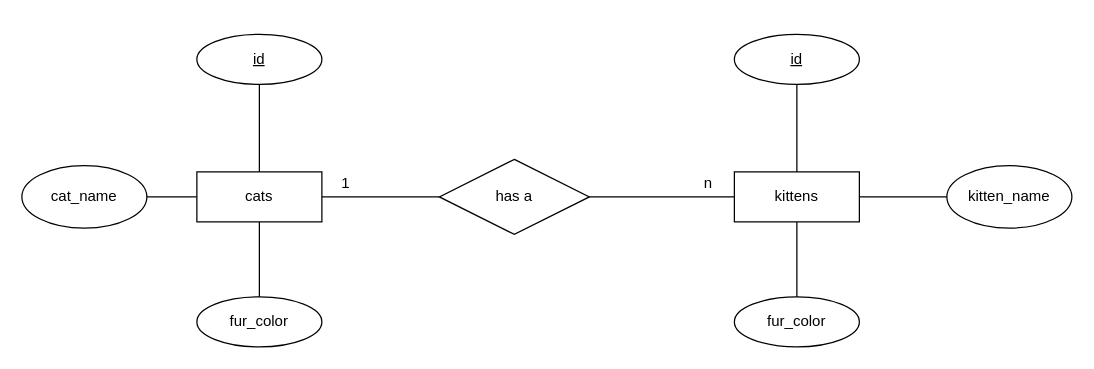
Before: kardinalitaet_1_n/01_1-n.drawio in jy4education-gif/02_DB_Models, a draw.io diagram. Source tidied: cells renumbered, new cells numbered last; positions are measured from the earlier drawing's top-left corner, leaving out a move shared by most shapes. Both pictures are drawn from the tidied source at 125%, with x=0, y=0 at pixel (21, 34).
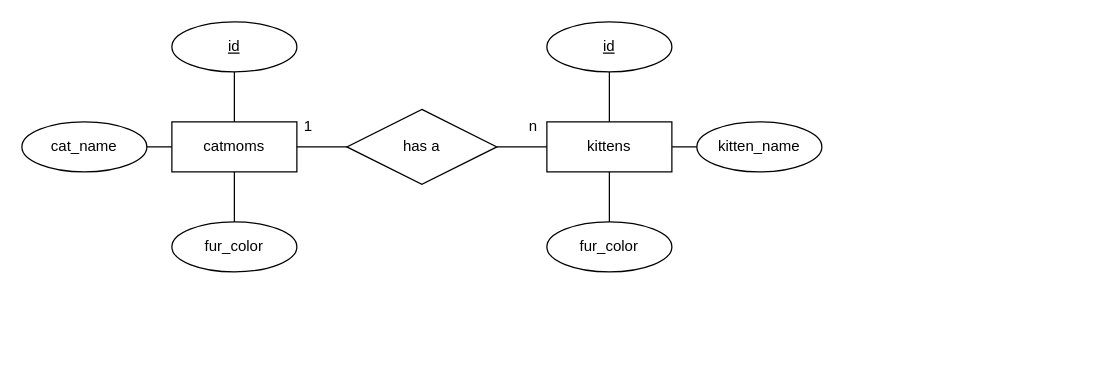
After the change.

The edit, as a diff of the source:
```diff
@@
-    <mxCell id="2" value="cats" style="whiteSpace=wrap;html=1;align=center;" parent="1" vertex="1">
-      <mxGeometry x="140" y="110" width="100" height="40" as="geometry" />
+    <mxCell id="2" value="catmoms" style="whiteSpace=wrap;html=1;align=center;" parent="1" vertex="1">
+      <mxGeometry x="120" y="70" width="100" height="40" as="geometry" />
     </mxCell>
-    <mxCell id="3" value="id" style="ellipse;whiteSpace=wrap;html=1;align=center;fontStyle=4;" parent="1" vertex="1">
-      <mxGeometry x="140" width="100" height="40" as="geometry" />
+    <mxCell id="3" value="cat_name" style="ellipse;whiteSpace=wrap;html=1;align=center;" parent="1" vertex="1">
+      <mxGeometry y="70" width="100" height="40" as="geometry" />
     </mxCell>
-    <mxCell id="4" value="cat_name" style="ellipse;whiteSpace=wrap;html=1;align=center;" parent="1" vertex="1">
-      <mxGeometry y="105" width="100" height="50" as="geometry" />
+    <mxCell id="4" value="fur_color" style="ellipse;whiteSpace=wrap;html=1;align=center;" parent="1" vertex="1">
+      <mxGeometry x="120" y="150" width="100" height="40" as="geometry" />
     </mxCell>
-    <mxCell id="5" value="fur_color" style="ellipse;whiteSpace=wrap;html=1;align=center;" parent="1" vertex="1">
-      <mxGeometry x="140" y="210" width="100" height="40" as="geometry" />
+    <mxCell id="5" value="id" style="ellipse;whiteSpace=wrap;html=1;align=center;fontStyle=4;" parent="1" vertex="1">
+      <mxGeometry x="120" y="-10" width="100" height="40" as="geometry" />
     </mxCell>
-    <mxCell id="6" style="endArrow=none;html=1;rounded=0;exitX=0.5;exitY=1;exitDx=0;exitDy=0;entryX=0.5;entryY=0;entryDx=0;entryDy=0;" parent="1" edge="1" source="2" target="5">
-      <mxGeometry relative="1" as="geometry" />
+    <mxCell id="6" style="endArrow=none;html=1;rounded=0;entryX=1;entryY=0.5;entryDx=0;entryDy=0;" parent="1" edge="1" target="3">
+      <mxGeometry relative="1" as="geometry">
+        <mxPoint x="120" y="90" as="sourcePoint" />
+      </mxGeometry>
     </mxCell>
-    <mxCell id="7" style="endArrow=none;html=1;rounded=0;exitX=0.5;exitY=1;exitDx=0;exitDy=0;entryX=0.5;entryY=0;entryDx=0;entryDy=0;" parent="1" edge="1" source="3" target="2">
+    <mxCell id="7" style="endArrow=none;html=1;rounded=0;exitX=0.5;exitY=1;exitDx=0;exitDy=0;entryX=0.5;entryY=0;entryDx=0;entryDy=0;" parent="1" edge="1" source="2" target="4">
       <mxGeometry relative="1" as="geometry" />
     </mxCell>
-    <mxCell id="8" style="endArrow=none;html=1;rounded=0;exitX=1;exitY=0.5;exitDx=0;exitDy=0;entryX=0;entryY=0.5;entryDx=0;entryDy=0;" parent="1" edge="1" source="4" target="2">
+    <mxCell id="8" style="endArrow=none;html=1;rounded=0;exitX=0.5;exitY=0;exitDx=0;exitDy=0;entryX=0.5;entryY=1;entryDx=0;entryDy=0;" parent="1" edge="1" source="2" target="5">
       <mxGeometry relative="1" as="geometry" />
     </mxCell>
     <mxCell id="9" value="kittens" style="whiteSpace=wrap;html=1;align=center;" parent="1" vertex="1">
-      <mxGeometry x="570" y="110" width="100" height="40" as="geometry" />
+      <mxGeometry x="420" y="70" width="100" height="40" as="geometry" />
     </mxCell>
-    <mxCell id="10" value="id" style="ellipse;whiteSpace=wrap;html=1;align=center;fontStyle=4;" parent="1" vertex="1">
-      <mxGeometry x="570" width="100" height="40" as="geometry" />
+    <mxCell id="10" value="kitten_name" style="ellipse;whiteSpace=wrap;html=1;align=center;" parent="1" vertex="1">
+      <mxGeometry x="540" y="70" width="100" height="40" as="geometry" />
     </mxCell>
-    <mxCell id="11" value="kitten_name" style="ellipse;whiteSpace=wrap;html=1;align=center;" parent="1" vertex="1">
-      <mxGeometry x="740" y="105" width="100" height="50" as="geometry" />
+    <mxCell id="11" value="fur_color" style="ellipse;whiteSpace=wrap;html=1;align=center;" parent="1" vertex="1">
+      <mxGeometry x="420" y="150" width="100" height="40" as="geometry" />
     </mxCell>
-    <mxCell id="12" value="fur_color" style="ellipse;whiteSpace=wrap;html=1;align=center;" parent="1" vertex="1">
-      <mxGeometry x="570" y="210" width="100" height="40" as="geometry" />
+    <mxCell id="12" value="id" style="ellipse;whiteSpace=wrap;html=1;align=center;fontStyle=4;" parent="1" vertex="1">
+      <mxGeometry x="420" y="-10" width="100" height="40" as="geometry" />
     </mxCell>
-    <mxCell id="13" style="endArrow=none;html=1;rounded=0;exitX=0.5;exitY=1;exitDx=0;exitDy=0;entryX=0.5;entryY=0;entryDx=0;entryDy=0;" parent="1" edge="1" source="9" target="12">
+    <mxCell id="13" style="endArrow=none;html=1;rounded=0;exitX=0.5;exitY=1;exitDx=0;exitDy=0;entryX=0.5;entryY=0;entryDx=0;entryDy=0;" parent="1" edge="1" source="9" target="11">
       <mxGeometry relative="1" as="geometry" />
     </mxCell>
-    <mxCell id="14" style="endArrow=none;html=1;rounded=0;exitX=0.5;exitY=1;exitDx=0;exitDy=0;entryX=0.5;entryY=0;entryDx=0;entryDy=0;" parent="1" edge="1" source="10" target="9">
+    <mxCell id="14" style="endArrow=none;html=1;rounded=0;exitX=0.5;exitY=0;exitDx=0;exitDy=0;entryX=0.5;entryY=1;entryDx=0;entryDy=0;" parent="1" edge="1" source="9" target="12">
       <mxGeometry relative="1" as="geometry" />
     </mxCell>
+    <mxCell id="21" style="endArrow=none;html=1;rounded=0;exitX=1;exitY=0.5;exitDx=0;exitDy=0;entryX=0;entryY=0.5;entryDx=0;entryDy=0;" parent="1" edge="1" source="9" target="10">
+      <mxGeometry relative="1" as="geometry" />
+    </mxCell>
-    <mxCell id="15" style="endArrow=none;html=1;rounded=0;entryX=0;entryY=0.5;entryDx=0;entryDy=0;exitX=1;exitY=0.5;exitDx=0;exitDy=0;" parent="1" edge="1" source="9" target="11">
-      <mxGeometry relative="1" as="geometry" />
+    <mxCell id="15" value="has a" style="shape=rhombus;perimeter=rhombusPerimeter;whiteSpace=wrap;html=1;align=center;" parent="1" vertex="1">
+      <mxGeometry x="260" y="60" width="120" height="60" as="geometry" />
     </mxCell>
-    <mxCell id="16" value="has a" style="shape=rhombus;perimeter=rhombusPerimeter;whiteSpace=wrap;html=1;align=center;" parent="1" vertex="1">
-      <mxGeometry x="334" y="100" width="120" height="60" as="geometry" />
+    <mxCell id="16" style="endArrow=none;html=1;rounded=0;exitX=1;exitY=0.5;exitDx=0;exitDy=0;" parent="1" edge="1" source="2">
+      <mxGeometry relative="1" as="geometry">
+        <mxPoint x="260" y="90" as="targetPoint" />
+      </mxGeometry>
     </mxCell>
-    <mxCell id="17" style="endArrow=none;html=1;rounded=0;exitX=1;exitY=0.5;exitDx=0;exitDy=0;entryX=0;entryY=0.5;entryDx=0;entryDy=0;" parent="1" edge="1" source="2" target="16">
+    <mxCell id="17" style="endArrow=none;html=1;rounded=0;exitX=1;exitY=0.5;exitDx=0;exitDy=0;entryX=0;entryY=0.5;entryDx=0;entryDy=0;" parent="1" edge="1" source="15" target="9">
       <mxGeometry relative="1" as="geometry" />
     </mxCell>
-    <mxCell id="18" style="endArrow=none;html=1;rounded=0;entryX=0;entryY=0.5;entryDx=0;entryDy=0;exitX=1;exitY=0.5;exitDx=0;exitDy=0;" parent="1" edge="1" source="16" target="9">
-      <mxGeometry relative="1" as="geometry" />
+    <mxCell id="18" value="1" style="text;strokeColor=none;fillColor=none;spacingLeft=4;spacingRight=4;overflow=hidden;fontSize=12;" parent="1" vertex="1">
+      <mxGeometry x="220" y="60" width="20" height="30" as="geometry" />
     </mxCell>
-    <mxCell id="19" value="1" style="text;strokeColor=none;fillColor=none;spacingLeft=4;spacingRight=4;overflow=hidden;fontSize=12;whiteSpace=wrap;html=1;" parent="1" vertex="1">
-      <mxGeometry x="250" y="105" width="40" height="30" as="geometry" />
+    <mxCell id="19" value="n" style="text;strokeColor=none;fillColor=none;spacingLeft=4;spacingRight=4;overflow=hidden;fontSize=12;" parent="1" vertex="1">
+      <mxGeometry x="400" y="60" width="20" height="30" as="geometry" />
     </mxCell>
-    <mxCell id="20" value="n" style="text;strokeColor=none;fillColor=none;spacingLeft=4;spacingRight=4;overflow=hidden;fontSize=12;whiteSpace=wrap;html=1;" parent="1" vertex="1">
-      <mxGeometry x="540" y="105" width="40" height="30" as="geometry" />
-    </mxCell>
```
